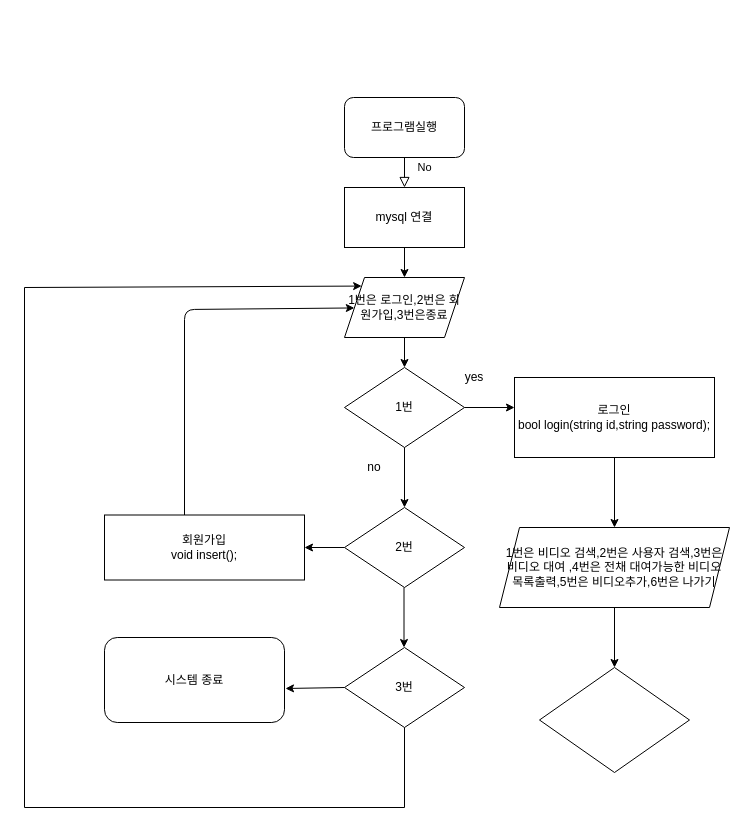
creepereye/Git-Tutorial keeps this draw.io diagram as 제목 없는 다이어그램.drawio. Above is the earlier version. Source tidied: cells renumbered, new cells numbered last; positions are measured from the earlier drawing's top-left corner, leaving out a move shared by most shapes. Both pictures are drawn from the tidied source at 100%, with x=0, y=0 at pixel (24, 97).
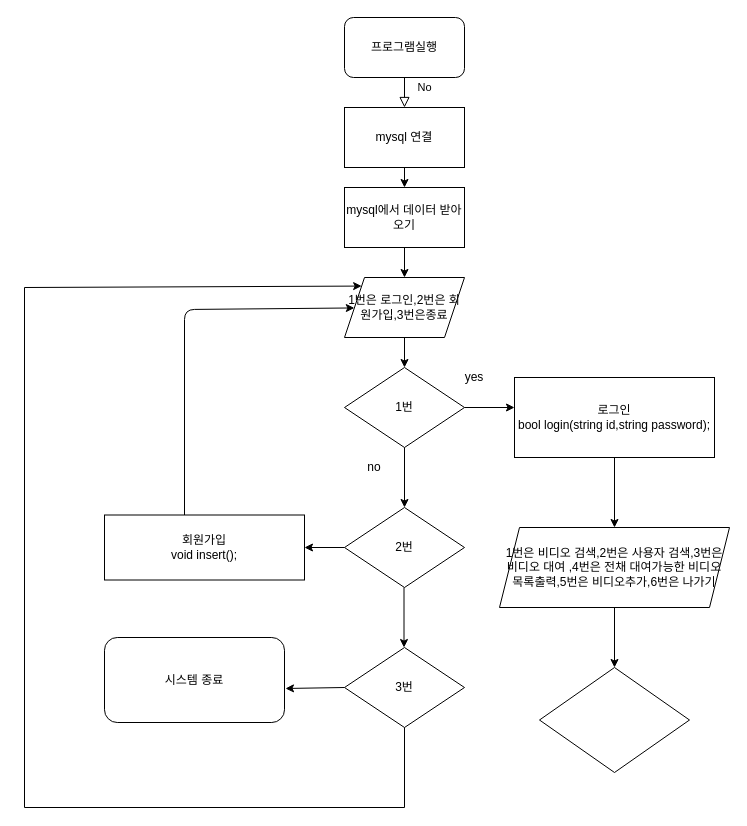
Above is the later version.

Commit message:
제목 없는 다이어그램.drawio 업데이트

Unchanged cells that the change refers to:
```xml
<mxCell id="10" value="1번은 로그인,2번은 회원가입,3번은종료" style="shape=parallelogram;perimeter=parallelogramPerimeter;whiteSpace=wrap;html=1;fixedSize=1;" parent="1" vertex="1">
  <mxGeometry x="320" y="180" width="120" height="60" as="geometry" />
</mxCell>
```

The edit, as a diff of the source:
```diff
@@
     <mxCell id="2" value="No" style="rounded=0;html=1;jettySize=auto;orthogonalLoop=1;fontSize=11;endArrow=block;endFill=0;endSize=8;strokeWidth=1;shadow=0;labelBackgroundColor=none;edgeStyle=orthogonalEdgeStyle;" parent="1" edge="1">
       <mxGeometry x="0.33" y="20" relative="1" as="geometry">
-        <mxPoint x="380" y="30" as="sourcePoint" />
-        <mxPoint x="380" y="90" as="targetPoint" />
+        <mxPoint x="380" y="-50" as="sourcePoint" />
+        <mxPoint x="380" y="10" as="targetPoint" />
         <Array as="points">
-          <mxPoint x="380" y="50" />
-          <mxPoint x="380" y="50" />
+          <mxPoint x="380" y="-30" />
+          <mxPoint x="380" y="-30" />
         </Array>
       </mxGeometry>
     </mxCell>
     <mxCell id="3" value="프로그램실행" style="rounded=1;whiteSpace=wrap;html=1;" parent="1" vertex="1">
-      <mxGeometry x="320" width="120" height="60" as="geometry" />
+      <mxGeometry x="320" y="-80" width="120" height="60" as="geometry" />
     </mxCell>
     <mxCell id="4" value="&lt;span&gt;mysql 연결&lt;/span&gt;" style="rounded=0;whiteSpace=wrap;html=1;" parent="1" vertex="1">
-      <mxGeometry x="320" y="90" width="120" height="60" as="geometry" />
+      <mxGeometry x="320" y="10" width="120" height="60" as="geometry" />
     </mxCell>
@@
-    <mxCell id="6" style="endArrow=classic;html=1;exitX=0.5;exitY=1;exitDx=0;exitDy=0;entryX=0.5;entryY=0;entryDx=0;entryDy=0;" parent="1" edge="1" source="4" target="10">
-      <mxGeometry relative="1" as="geometry" />
+    <mxCell id="6" style="endArrow=classic;html=1;exitX=0.5;exitY=1;exitDx=0;exitDy=0;entryX=0.5;entryY=0;entryDx=0;entryDy=0;" parent="1" edge="1" target="10">
+      <mxGeometry relative="1" as="geometry">
+        <mxPoint x="380" y="150" as="sourcePoint" />
+      </mxGeometry>
     </mxCell>
@@
+    <mxCell id="30" style="endArrow=classic;html=1;exitX=0.5;exitY=1;exitDx=0;exitDy=0;" parent="1" edge="1" source="4">
+      <mxGeometry relative="1" as="geometry">
+        <mxPoint x="380" y="90" as="targetPoint" />
+      </mxGeometry>
+    </mxCell>
+    <mxCell id="31" value="mysql에서 데이터 받아오기" style="rounded=0;whiteSpace=wrap;html=1;" parent="1" vertex="1">
+      <mxGeometry x="320" y="90" width="120" height="60" as="geometry" />
+    </mxCell>
```
